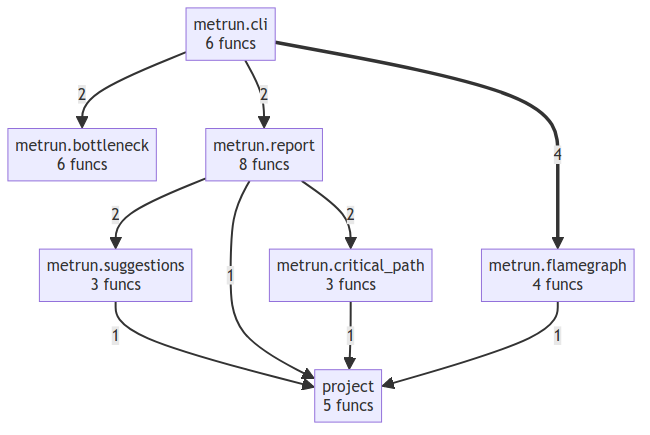
The Mermaid diagram project/compact_flow.png in semcod/metrun, before a commit. Its source is kept beside it as project/compact_flow.mmd.
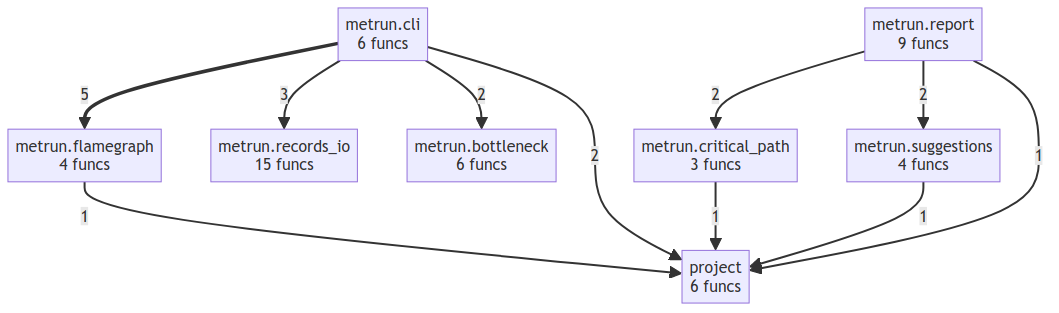
After the change.

Diff of the diagram source:
```diff
@@ -3,12 +3,14 @@
     metrun__cli["metrun.cli<br/>6 funcs"]
     metrun__critical_path["metrun.critical_path<br/>3 funcs"]
     metrun__flamegraph["metrun.flamegraph<br/>4 funcs"]
-    metrun__report["metrun.report<br/>8 funcs"]
-    metrun__suggestions["metrun.suggestions<br/>3 funcs"]
-    project["project<br/>5 funcs"]
-    metrun__cli ==>|4| metrun__flamegraph
+    metrun__records_io["metrun.records_io<br/>15 funcs"]
+    metrun__report["metrun.report<br/>9 funcs"]
+    metrun__suggestions["metrun.suggestions<br/>4 funcs"]
+    project["project<br/>6 funcs"]
+    metrun__cli ==>|5| metrun__flamegraph
+    metrun__cli -->|3| metrun__records_io
     metrun__cli -->|2| metrun__bottleneck
-    metrun__cli -->|2| metrun__report
+    metrun__cli -->|2| project
     metrun__report -->|2| metrun__critical_path
     metrun__report -->|2| metrun__suggestions
     metrun__suggestions -->|1| project
```
